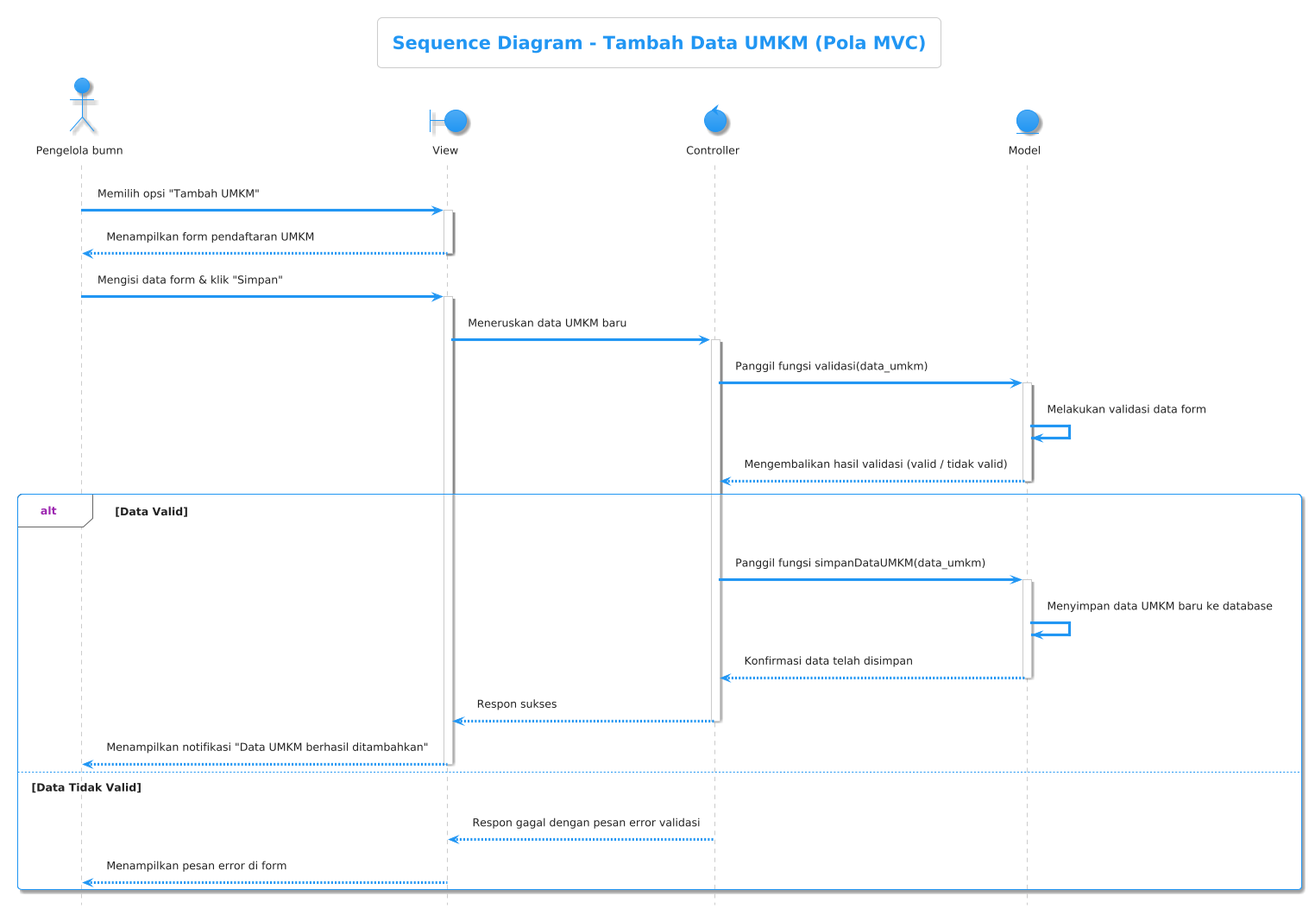
The PlantUML diagram sequence/kelola umkm/buat data umkm/buat data.png in Mrmgnt/diagram-kp, before a commit. Its diagram source:
```plantuml
@startuml
!theme materia

title Sequence Diagram - Tambah Data UMKM (Pola MVC)
hide footbox

actor "Pengelola bumn" as Pengguna
boundary "View" as View
control "Controller" as Controller
entity "Model" as Model

Pengguna -> View: Memilih opsi "Tambah UMKM"
activate View
View --> Pengguna: Menampilkan form pendaftaran UMKM
deactivate View

Pengguna -> View: Mengisi data form & klik "Simpan"
activate View

View -> Controller: Meneruskan data UMKM baru
activate Controller

Controller -> Model: Panggil fungsi validasi(data_umkm)
activate Model
Model -> Model: Melakukan validasi data form
Model --> Controller: Mengembalikan hasil validasi (valid / tidak valid)
deactivate Model

alt Data Valid
    Controller -> Model: Panggil fungsi simpanDataUMKM(data_umkm)
    activate Model
    Model -> Model: Menyimpan data UMKM baru ke database
    Model --> Controller: Konfirmasi data telah disimpan
    deactivate Model

    Controller --> View: Respon sukses
    deactivate Controller

    View --> Pengguna: Menampilkan notifikasi "Data UMKM berhasil ditambahkan"
    deactivate View
else Data Tidak Valid
    Controller --> View: Respon gagal dengan pesan error validasi
    deactivate Controller

    View --> Pengguna: Menampilkan pesan error di form
    deactivate View
end
@enduml
```
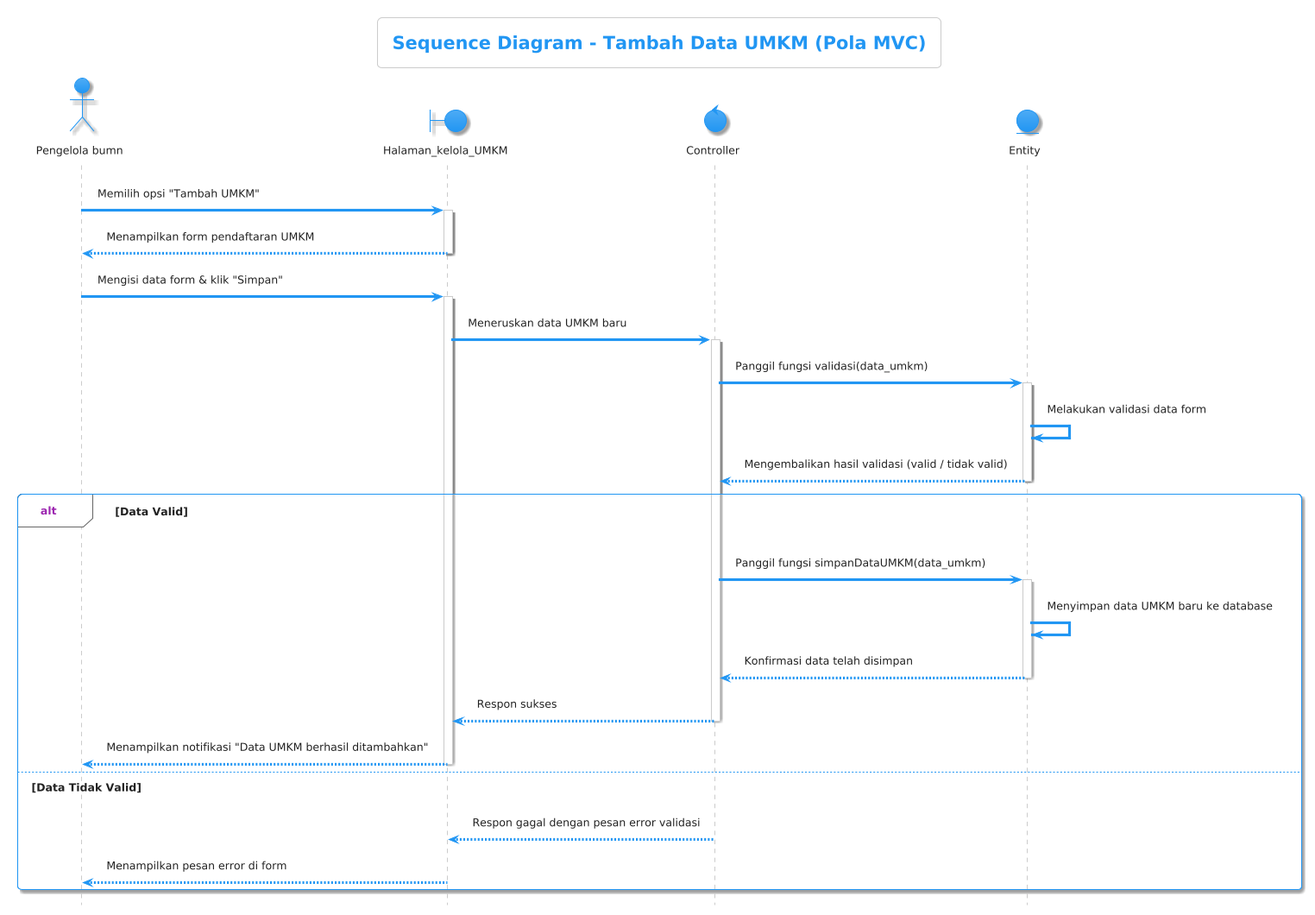
Above is the later version.

Diff of the diagram source:
```diff
@@ -5,44 +5,44 @@
 hide footbox
 
 actor "Pengelola bumn" as Pengguna
-boundary "View" as View
+boundary "Halaman_kelola_UMKM" as Halaman_kelola_UMKM
 control "Controller" as Controller
-entity "Model" as Model
+entity "Entity" as Entity
 
-Pengguna -> View: Memilih opsi "Tambah UMKM"
-activate View
-View --> Pengguna: Menampilkan form pendaftaran UMKM
-deactivate View
+Pengguna -> Halaman_kelola_UMKM: Memilih opsi "Tambah UMKM"
+activate Halaman_kelola_UMKM
+Halaman_kelola_UMKM --> Pengguna: Menampilkan form pendaftaran UMKM
+deactivate Halaman_kelola_UMKM
 
-Pengguna -> View: Mengisi data form & klik "Simpan"
-activate View
+Pengguna -> Halaman_kelola_UMKM: Mengisi data form & klik "Simpan"
+activate Halaman_kelola_UMKM
 
-View -> Controller: Meneruskan data UMKM baru
+Halaman_kelola_UMKM -> Controller: Meneruskan data UMKM baru
 activate Controller
 
-Controller -> Model: Panggil fungsi validasi(data_umkm)
-activate Model
-Model -> Model: Melakukan validasi data form
-Model --> Controller: Mengembalikan hasil validasi (valid / tidak valid)
-deactivate Model
+Controller -> Entity: Panggil fungsi validasi(data_umkm)
+activate Entity
+Entity -> Entity: Melakukan validasi data form
+Entity --> Controller: Mengembalikan hasil validasi (valid / tidak valid)
+deactivate Entity
 
 alt Data Valid
-    Controller -> Model: Panggil fungsi simpanDataUMKM(data_umkm)
-    activate Model
-    Model -> Model: Menyimpan data UMKM baru ke database
-    Model --> Controller: Konfirmasi data telah disimpan
-    deactivate Model
+    Controller -> Entity: Panggil fungsi simpanDataUMKM(data_umkm)
+    activate Entity
+    Entity -> Entity: Menyimpan data UMKM baru ke database
+    Entity --> Controller: Konfirmasi data telah disimpan
+    deactivate Entity
 
-    Controller --> View: Respon sukses
+    Controller --> Halaman_kelola_UMKM: Respon sukses
     deactivate Controller
 
-    View --> Pengguna: Menampilkan notifikasi "Data UMKM berhasil ditambahkan"
-    deactivate View
+    Halaman_kelola_UMKM --> Pengguna: Menampilkan notifikasi "Data UMKM berhasil ditambahkan"
+    deactivate Halaman_kelola_UMKM
 else Data Tidak Valid
-    Controller --> View: Respon gagal dengan pesan error validasi
+    Controller --> Halaman_kelola_UMKM: Respon gagal dengan pesan error validasi
     deactivate Controller
 
-    View --> Pengguna: Menampilkan pesan error di form
-    deactivate View
+    Halaman_kelola_UMKM --> Pengguna: Menampilkan pesan error di form
+    deactivate Halaman_kelola_UMKM
 end
 @enduml
```
